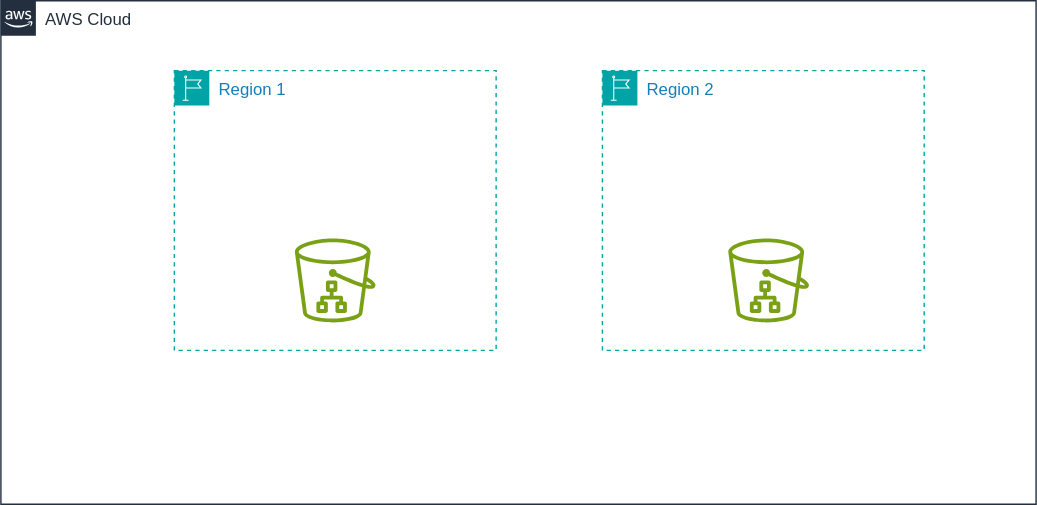
Earlier version of the draw.io export S3-Static-Site-Hosting/s3_static_site.drawio.svg (mkhmik004/AWS-Cloud-projects). Source tidied: cells renumbered, new cells last; positions are measured from the earlier drawing's top-left corner, leaving out a move shared by most shapes.
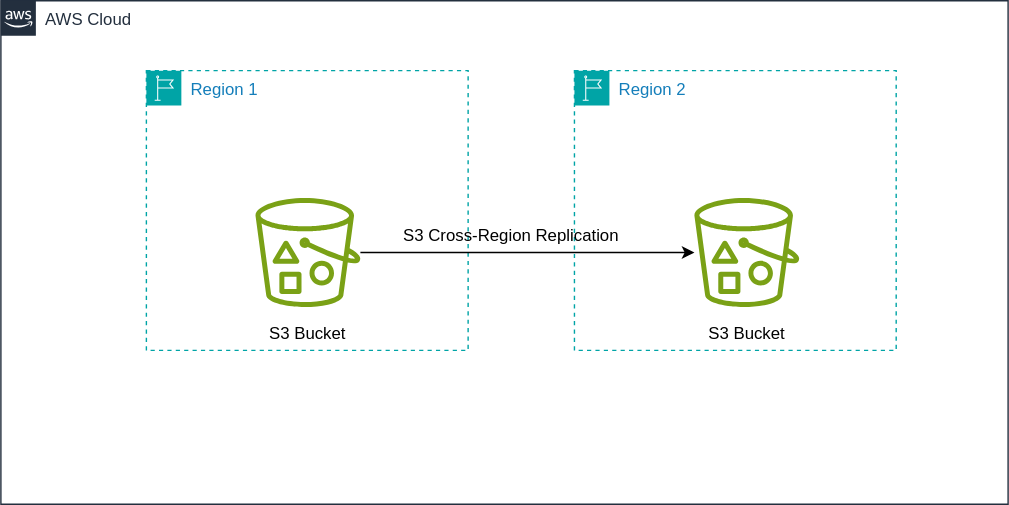
Later version of the same file.

What changed in the source:
```diff
@@ -11,17 +11,29 @@
     <mxCell id="3" value="Region 1" style="gradientColor=none;html=1;whiteSpace=wrap;fontSize=12;fontStyle=0;shape=mxgraph.aws4.group;grIcon=mxgraph.aws4.group_region;strokeColor=#00A4A6;fillColor=none;verticalAlign=top;align=left;spacingLeft=30;fontColor=#147EBA;dashed=1;" parent="1" vertex="1">
       <mxGeometry x="124" y="50" width="230" height="200" as="geometry" />
     </mxCell>
-    <mxCell id="4" style="sketch=0;fontColor=#232F3E;gradientColor=none;fillColor=#7AA116;strokeColor=none;dashed=0;verticalLabelPosition=bottom;verticalAlign=top;align=center;html=1;fontSize=12;fontStyle=0;shape=mxgraph.aws4.simple_storage_service_directory_bucket;" parent="3" vertex="1">
-      <mxGeometry x="86.2" y="120" width="57.7" height="60" as="geometry" />
-    </mxCell>
     <mxCell id="5" value="Region 2" style="gradientColor=none;html=1;whiteSpace=wrap;fontSize=12;fontStyle=0;shape=mxgraph.aws4.group;grIcon=mxgraph.aws4.group_region;strokeColor=#00A4A6;fillColor=none;verticalAlign=top;align=left;spacingLeft=30;fontColor=#147EBA;dashed=1;" parent="1" vertex="1">
       <mxGeometry x="430" y="50" width="230" height="200" as="geometry" />
     </mxCell>
-    <mxCell id="6" style="sketch=0;fontColor=#232F3E;gradientColor=none;fillColor=#7AA116;strokeColor=none;dashed=0;verticalLabelPosition=bottom;verticalAlign=top;align=center;html=1;fontSize=12;fontStyle=0;shape=mxgraph.aws4.simple_storage_service_directory_bucket;" parent="5" vertex="1">
-      <mxGeometry x="90" y="120" width="57.7" height="60" as="geometry" />
-    </mxCell>
     <mxCell id="7" value="AWS Cloud" style="gradientColor=none;html=1;whiteSpace=wrap;fontSize=12;fontStyle=0;shape=mxgraph.aws4.group;grIcon=mxgraph.aws4.group_aws_cloud_alt;strokeColor=#232F3E;fillColor=none;verticalAlign=top;align=left;spacingLeft=30;fontColor=#232F3E;dashed=0;" parent="1" vertex="1">
-      <mxGeometry width="740" height="360" as="geometry" />
+      <mxGeometry x="20" width="720" height="360" as="geometry" />
     </mxCell>
+    <mxCell id="8" value="S3 Bucket" style="text;strokeColor=none;align=center;fillColor=none;html=1;verticalAlign=middle;whiteSpace=wrap;rounded=0;" parent="7" vertex="1">
+      <mxGeometry x="185.8" y="230" width="66.5" height="15" as="geometry" />
+    </mxCell>
+    <mxCell id="9" value="S3 Bucket" style="text;strokeColor=none;align=center;fillColor=none;html=1;verticalAlign=middle;whiteSpace=wrap;rounded=0;" parent="7" vertex="1">
+      <mxGeometry x="500" y="230" width="66.5" height="15" as="geometry" />
+    </mxCell>
+    <mxCell id="10" style="edgeStyle=orthogonalEdgeStyle;rounded=0;jettySize=auto;html=1;" parent="7" edge="1" source="11" target="12">
+      <mxGeometry relative="1" as="geometry" />
+    </mxCell>
+    <mxCell id="11" style="sketch=0;outlineConnect=0;fontColor=#232F3E;gradientColor=none;fillColor=#7AA116;strokeColor=none;dashed=0;verticalLabelPosition=bottom;verticalAlign=top;align=center;html=1;fontSize=12;fontStyle=0;shape=mxgraph.aws4.bucket_with_objects;" parent="7" vertex="1">
+      <mxGeometry x="182" y="141" width="75" height="78" as="geometry" />
+    </mxCell>
+    <mxCell id="12" style="sketch=0;outlineConnect=0;fontColor=#232F3E;gradientColor=none;fillColor=#7AA116;strokeColor=none;dashed=0;verticalLabelPosition=bottom;verticalAlign=top;align=center;html=1;fontSize=12;fontStyle=0;shape=mxgraph.aws4.bucket_with_objects;" parent="7" vertex="1">
+      <mxGeometry x="495.8" y="141" width="75" height="78" as="geometry" />
+    </mxCell>
+    <mxCell id="13" value="S3 Cross-Region Replication" style="text;strokeColor=none;align=center;fillColor=none;html=1;verticalAlign=middle;whiteSpace=wrap;rounded=0;" parent="7" vertex="1">
+      <mxGeometry x="270" y="160" width="190" height="15" as="geometry" />
+    </mxCell>
   </root>
 </mxGraphModel>
```
